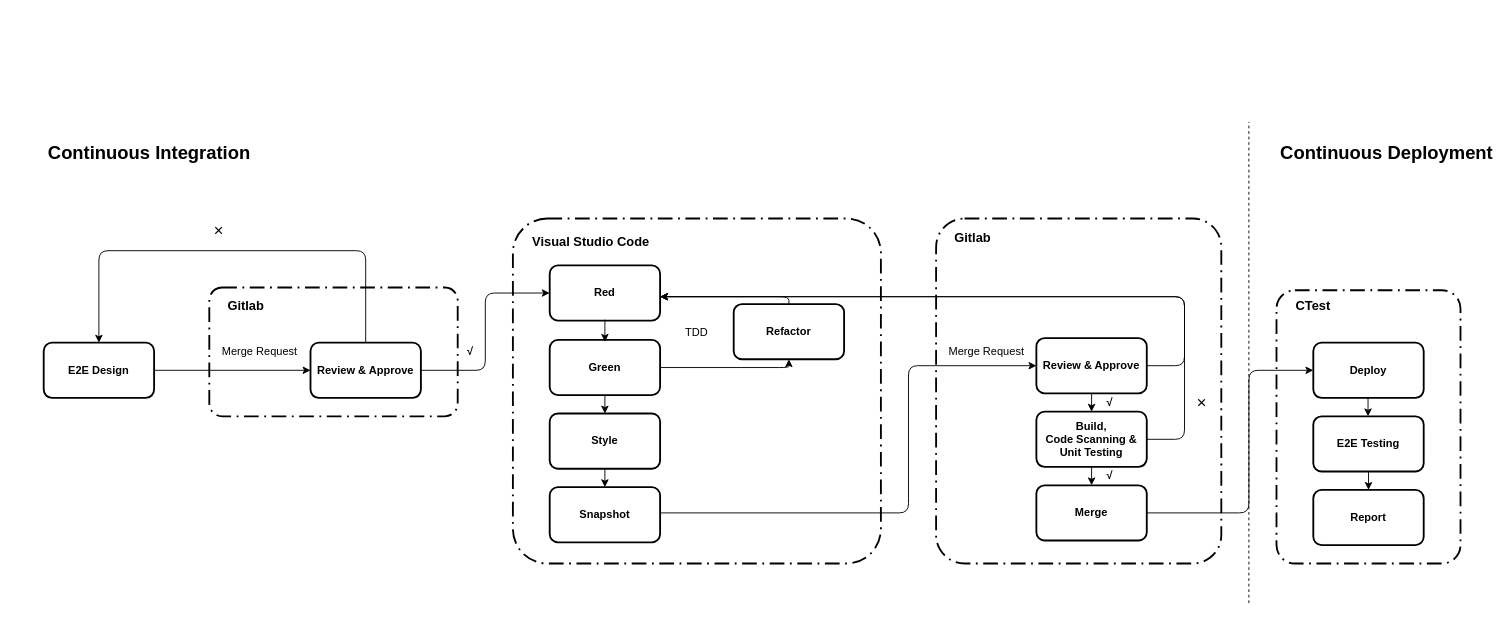
Above: page "第 1 页" (1 of 3) of 工作流.drawio in JaneZhang2/halo (draw.io), before the change. Source tidied: cells renumbered, new cells numbered last; positions are measured from the earlier drawing's top-left corner, leaving out a move shared by most shapes. Both pictures are drawn from the tidied source at 92%, with x=0, y=0 at pixel (43, 121).
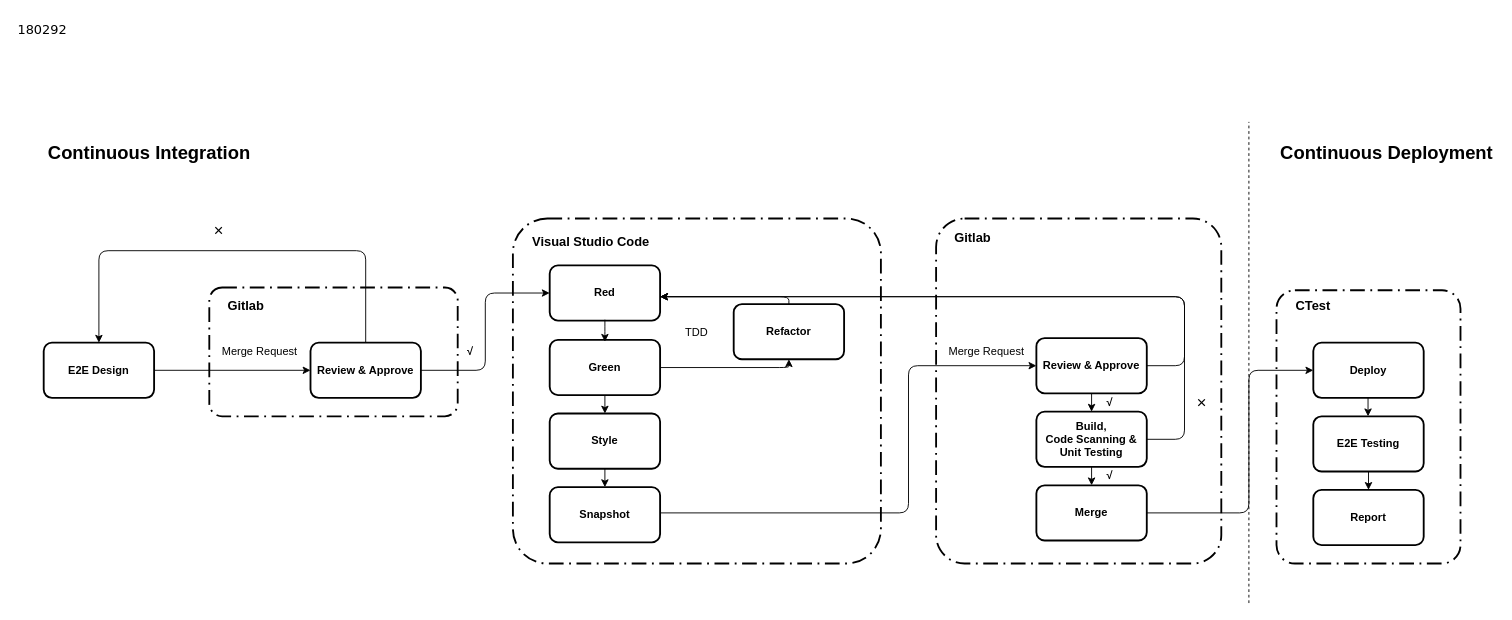
Above is the later version.

What changed in the source:
```diff
@@
+    <mxCell id="50" value="&lt;span style=&quot;color: rgb(0, 0, 0); font-family: &amp;quot;lucida grande&amp;quot;, verdana; font-size: 14px; font-style: normal; font-weight: 400; letter-spacing: normal; text-indent: 0px; text-transform: none; word-spacing: 0px; background-color: rgb(255, 255, 255); display: inline; float: none;&quot;&gt;180292&lt;/span&gt;" style="text;whiteSpace=wrap;html=1;" parent="1" vertex="1">
+      <mxGeometry x="-30" y="-115" width="80" height="30" as="geometry" />
+    </mxCell>
```
